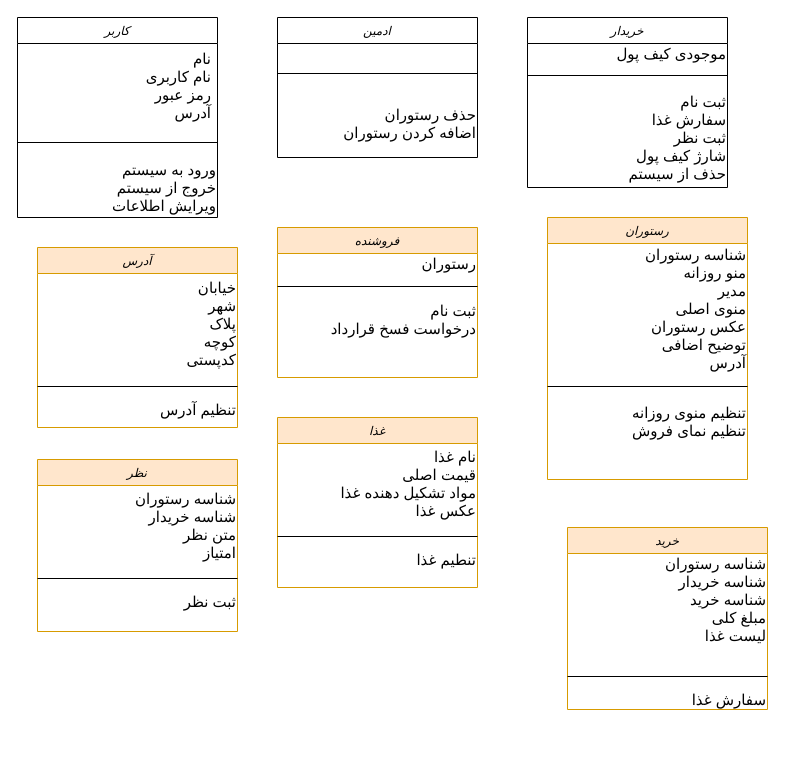
khoramian/TahDig_SoftwareEngineering keeps this draw.io diagram as gggggg.drawio. Above is the earlier version. Source tidied: cells renumbered, new cells numbered last; positions are measured from the earlier drawing's top-left corner, leaving out a move shared by most shapes. Both pictures are drawn from the tidied source at 100%, with x=0, y=0 at pixel (17, 17).
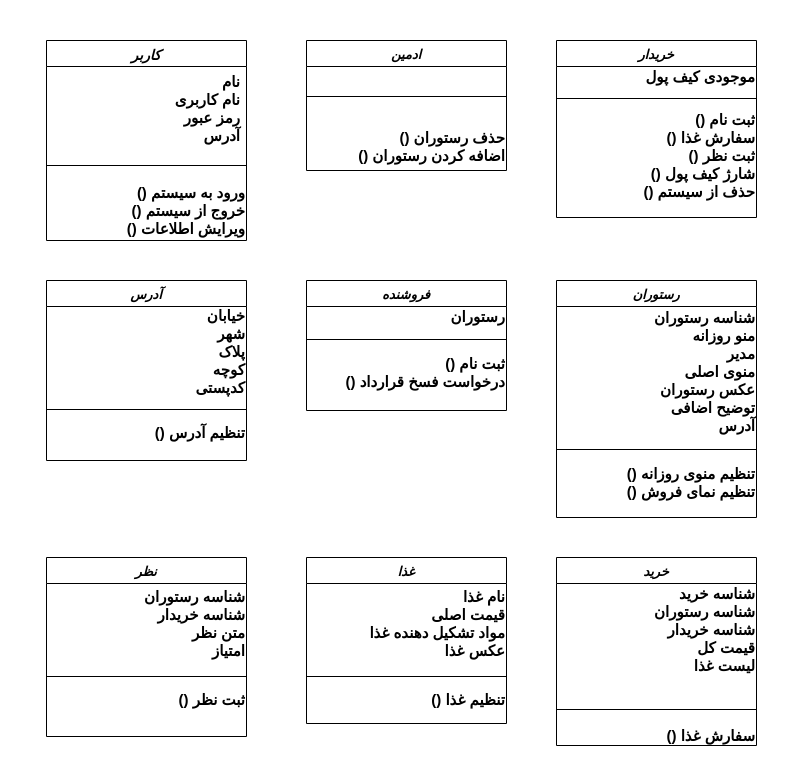
Above is the later version.

The edit, as a diff of the source:
```diff
@@
-    <mxCell id="2" value="کاربر" style="swimlane;fontStyle=2;align=center;verticalAlign=top;horizontal=1;startSize=26;rounded=0;shadow=0;strokeWidth=1;" parent="1" vertex="1">
-      <mxGeometry width="200" height="200" as="geometry" />
+    <mxCell id="2" value="کاربر" style="swimlane;fontStyle=3;align=center;verticalAlign=top;horizontal=1;startSize=26;rounded=0;shadow=0;strokeWidth=1;fontSize=14;" parent="1" vertex="1">
+      <mxGeometry x="29" y="23" width="200" height="200" as="geometry" />
     </mxCell>
-    <mxCell id="3" value="نام &#10;نام کاربری&#10;رمز عبور&#10;آدرس&#10;" style="text;align=right;verticalAlign=top;spacingLeft=4;spacingRight=4;overflow=hidden;fontSize=15;" parent="2" vertex="1">
+    <mxCell id="3" value="نام &#10;نام کاربری&#10;رمز عبور&#10;آدرس&#10;" style="text;align=right;verticalAlign=top;spacingLeft=4;spacingRight=4;overflow=hidden;fontSize=15;fontStyle=1;" parent="2" vertex="1">
       <mxGeometry y="26" width="200" height="84" as="geometry" />
     </mxCell>
@@
-    <mxCell id="5" value="&lt;div&gt;ورود به سیستم &lt;br&gt;&lt;/div&gt;&lt;div&gt;خروج از سیستم&lt;/div&gt;&lt;div&gt;ویرایش اطلاعات&lt;br&gt;&lt;/div&gt;" style="text;html=1;align=right;verticalAlign=middle;fontSize=15;" parent="2" vertex="1">
+    <mxCell id="5" value="&lt;div&gt;&lt;b&gt;() ورود به سیستم &lt;br&gt;&lt;/b&gt;&lt;/div&gt;&lt;div&gt;&lt;b&gt;() خروج از سیستم&lt;/b&gt;&lt;/div&gt;&lt;div&gt;&lt;b&gt;() ویرایش اطلاعات&lt;/b&gt;&lt;br&gt;&lt;/div&gt;" style="text;html=1;align=right;verticalAlign=middle;fontSize=15;" parent="2" vertex="1">
       <mxGeometry y="140" width="200" height="60" as="geometry" />
     </mxCell>
-    <mxCell id="6" value="ادمین" style="swimlane;fontStyle=2;align=center;verticalAlign=top;horizontal=1;startSize=26;rounded=0;shadow=0;strokeWidth=1;" parent="1" vertex="1">
-      <mxGeometry x="260" width="200" height="140" as="geometry" />
+    <mxCell id="6" value="ادمین" style="swimlane;fontStyle=3;align=center;verticalAlign=top;horizontal=1;startSize=26;rounded=0;shadow=0;strokeWidth=1;fontSize=13;" parent="1" vertex="1">
+      <mxGeometry x="289" y="23" width="200" height="130" as="geometry" />
     </mxCell>
@@
-    <mxCell id="8" value="&lt;div&gt;حذف رستوران &lt;br&gt;&lt;/div&gt;&lt;div&gt;اضافه کردن رستوران&lt;br&gt;&lt;/div&gt;" style="text;html=1;align=right;verticalAlign=middle;fontSize=15;" parent="6" vertex="1">
+    <mxCell id="8" value="&lt;div&gt;&lt;b&gt;() حذف رستوران&lt;/b&gt;&lt;br&gt;&lt;/div&gt;&lt;div&gt;&lt;b&gt;() اضافه کردن رستوران&lt;/b&gt;&lt;br&gt;&lt;/div&gt;" style="text;html=1;align=right;verticalAlign=middle;fontSize=15;" parent="6" vertex="1">
       <mxGeometry y="86" width="200" height="40" as="geometry" />
     </mxCell>
-    <mxCell id="9" value="خریدار" style="swimlane;fontStyle=2;align=center;verticalAlign=top;horizontal=1;startSize=26;rounded=0;shadow=0;strokeWidth=1;" parent="1" vertex="1">
-      <mxGeometry x="510" width="200" height="170" as="geometry" />
+    <mxCell id="9" value="خریدار" style="swimlane;fontStyle=3;align=center;verticalAlign=top;horizontal=1;startSize=26;rounded=0;shadow=0;strokeWidth=1;fontSize=13;" parent="1" vertex="1">
+      <mxGeometry x="539" y="23" width="200" height="177" as="geometry" />
     </mxCell>
-    <mxCell id="10" value="&lt;div align=&quot;right&quot;&gt;موجودی کیف پول&lt;/div&gt;" style="text;html=1;align=right;verticalAlign=middle;fontSize=15;" parent="9" vertex="1">
+    <mxCell id="10" value="&lt;div align=&quot;right&quot;&gt;&lt;b&gt;موجودی کیف پول&lt;/b&gt;&lt;/div&gt;" style="text;html=1;align=right;verticalAlign=middle;fontSize=15;" parent="9" vertex="1">
       <mxGeometry y="26" width="200" height="20" as="geometry" />
     </mxCell>
@@
-    <mxCell id="12" value="&lt;div&gt;ثبت نام &lt;br&gt;&lt;/div&gt;&lt;div&gt;سفارش غذا&lt;/div&gt;&lt;div&gt;ثبت نظر&lt;/div&gt;&lt;div&gt;شارژ کیف پول&lt;/div&gt;&lt;div&gt;حذف از سیستم &lt;br&gt;&lt;/div&gt;" style="text;html=1;align=right;verticalAlign=middle;fontSize=15;" parent="9" vertex="1">
-      <mxGeometry y="70" width="200" height="100" as="geometry" />
+    <mxCell id="12" value="&lt;div&gt;&lt;b&gt;&amp;nbsp; () ثبت نام &lt;br&gt;&lt;/b&gt;&lt;/div&gt;&lt;div&gt;&lt;b&gt;() سفارش غذا&lt;/b&gt;&lt;/div&gt;&lt;div&gt;&lt;b&gt;() ثبت نظر&lt;/b&gt;&lt;/div&gt;&lt;div&gt;&lt;b&gt;() شارژ کیف پول&lt;/b&gt;&lt;/div&gt;&lt;div&gt;&lt;b&gt;() حذف از سیستم&lt;/b&gt;&lt;br&gt;&lt;/div&gt;" style="text;html=1;align=right;verticalAlign=middle;fontSize=15;" parent="9" vertex="1">
+      <mxGeometry y="70" width="200" height="90" as="geometry" />
     </mxCell>
-    <mxCell id="13" value="فروشنده" style="swimlane;fontStyle=2;align=center;verticalAlign=top;horizontal=1;startSize=26;rounded=0;shadow=0;strokeWidth=1;fillColor=#ffe6cc;strokeColor=#d79b00;" parent="1" vertex="1">
-      <mxGeometry x="260" y="210" width="200" height="150" as="geometry" />
+    <mxCell id="13" value="فروشنده" style="swimlane;fontStyle=3;align=center;verticalAlign=top;horizontal=1;startSize=26;rounded=0;shadow=0;strokeWidth=1;fontSize=13;" parent="1" vertex="1">
+      <mxGeometry x="289" y="263" width="200" height="130" as="geometry" />
     </mxCell>
-    <mxCell id="14" value="&lt;div&gt;رستوران&lt;/div&gt;" style="text;html=1;align=right;verticalAlign=middle;fontSize=15;" parent="13" vertex="1">
+    <mxCell id="14" value="&lt;div&gt;&lt;b&gt;رستوران&lt;/b&gt;&lt;/div&gt;" style="text;html=1;align=right;verticalAlign=middle;fontSize=15;" parent="13" vertex="1">
       <mxGeometry y="26" width="200" height="20" as="geometry" />
     </mxCell>
@@
-    <mxCell id="16" value="&lt;div&gt;ثبت نام &lt;br&gt;&lt;/div&gt;&lt;div&gt;درخواست فسخ قرارداد&lt;/div&gt;" style="text;html=1;align=right;verticalAlign=middle;fontSize=15;" parent="13" vertex="1">
+    <mxCell id="16" value="&lt;div&gt;&lt;b&gt;() ثبت نام &lt;br&gt;&lt;/b&gt;&lt;/div&gt;&lt;div&gt;&lt;b&gt;() درخواست فسخ قرارداد&lt;/b&gt;&lt;/div&gt;" style="text;html=1;align=right;verticalAlign=middle;fontSize=15;" parent="13" vertex="1">
       <mxGeometry y="72" width="200" height="40" as="geometry" />
     </mxCell>
-    <mxCell id="17" value="رستوران" style="swimlane;fontStyle=2;align=center;verticalAlign=top;horizontal=1;startSize=26;rounded=0;shadow=0;strokeWidth=1;fillColor=#ffe6cc;strokeColor=#d79b00;" parent="1" vertex="1">
-      <mxGeometry x="530" y="200" width="200" height="262" as="geometry" />
+    <mxCell id="17" value="رستوران" style="swimlane;fontStyle=3;align=center;verticalAlign=top;horizontal=1;startSize=26;rounded=0;shadow=0;strokeWidth=1;fontSize=13;" parent="1" vertex="1">
+      <mxGeometry x="539" y="263" width="200" height="237" as="geometry" />
     </mxCell>
-    <mxCell id="18" value="&lt;div&gt;شناسه رستوران&lt;br&gt;&lt;/div&gt;&lt;div&gt;منو روزانه&lt;br&gt;&lt;/div&gt;&lt;div&gt;مدیر&lt;/div&gt;&lt;div&gt;&lt;div&gt;منوی اصلی&lt;/div&gt;&lt;div&gt;عکس رستوران &lt;br&gt;&lt;/div&gt;&lt;div&gt;توضیح اضافی &lt;br&gt;&lt;/div&gt;&lt;div&gt;آدرس&lt;br&gt;&lt;/div&gt;&lt;/div&gt;" style="text;html=1;align=right;verticalAlign=middle;fontSize=15;" parent="17" vertex="1">
+    <mxCell id="18" value="&lt;div&gt;&lt;b&gt;شناسه رستوران&lt;br&gt;&lt;/b&gt;&lt;/div&gt;&lt;div&gt;&lt;b&gt;منو روزانه&lt;br&gt;&lt;/b&gt;&lt;/div&gt;&lt;div&gt;&lt;b&gt;مدیر&lt;/b&gt;&lt;/div&gt;&lt;div&gt;&lt;div&gt;&lt;b&gt;منوی اصلی&lt;/b&gt;&lt;/div&gt;&lt;div&gt;&lt;b&gt;عکس رستوران&lt;br&gt;&lt;/b&gt;&lt;/div&gt;&lt;div&gt;&lt;b&gt;توضیح اضافی &lt;br&gt;&lt;/b&gt;&lt;/div&gt;&lt;div&gt;&lt;b&gt;آدرس&lt;/b&gt;&lt;br&gt;&lt;/div&gt;&lt;/div&gt;" style="text;html=1;align=right;verticalAlign=middle;fontSize=15;" parent="17" vertex="1">
       <mxGeometry y="26" width="200" height="130" as="geometry" />
     </mxCell>
@@
-    <mxCell id="20" value="&lt;div&gt;تنظیم منوی روزانه&lt;br&gt;&lt;/div&gt;&lt;div&gt;&lt;div&gt;تنظیم نمای فروش&lt;br&gt;&lt;/div&gt;&lt;div&gt;&lt;br&gt;&lt;/div&gt;&lt;div&gt;&lt;br&gt;&lt;/div&gt;&lt;/div&gt;" style="text;html=1;align=right;verticalAlign=middle;fontSize=15;" parent="17" vertex="1">
-      <mxGeometry y="182" width="200" height="80" as="geometry" />
+    <mxCell id="20" value="&lt;div&gt;&lt;b&gt;() تنظیم منوی روزانه&lt;br&gt;&lt;/b&gt;&lt;/div&gt;&lt;div&gt;&lt;div&gt;&lt;b&gt;() تنظیم نمای فروش&lt;/b&gt;&lt;/div&gt;&lt;/div&gt;" style="text;html=1;align=right;verticalAlign=middle;fontSize=15;" parent="17" vertex="1">
+      <mxGeometry y="182" width="200" height="40" as="geometry" />
     </mxCell>
-    <mxCell id="21" value="آدرس" style="swimlane;fontStyle=2;align=center;verticalAlign=top;horizontal=1;startSize=26;rounded=0;shadow=0;strokeWidth=1;fillColor=#ffe6cc;strokeColor=#d79b00;" parent="1" vertex="1">
-      <mxGeometry x="20" y="230" width="200" height="180" as="geometry" />
+    <mxCell id="21" value="آدرس" style="swimlane;fontStyle=3;align=center;verticalAlign=top;horizontal=1;startSize=26;rounded=0;shadow=0;strokeWidth=1;fillColor=#FFFFFF;fontSize=13;" parent="1" vertex="1">
+      <mxGeometry x="29" y="263" width="200" height="180" as="geometry" />
     </mxCell>
-    <mxCell id="22" value="&lt;div&gt;خیابان&lt;/div&gt;&lt;div&gt;شهر&lt;/div&gt;&lt;div&gt;پلاک &lt;br&gt;&lt;/div&gt;&lt;div&gt;کوچه &lt;br&gt;&lt;/div&gt;&lt;div&gt;کدپستی&lt;br&gt;&lt;/div&gt;" style="text;html=1;align=right;verticalAlign=middle;fontSize=15;" parent="21" vertex="1">
-      <mxGeometry y="26" width="200" height="100" as="geometry" />
+    <mxCell id="22" value="&lt;div&gt;&lt;b&gt;خیابان&lt;/b&gt;&lt;/div&gt;&lt;div&gt;&lt;b&gt;شهر&lt;/b&gt;&lt;/div&gt;&lt;div&gt;&lt;b&gt;پلاک &lt;br&gt;&lt;/b&gt;&lt;/div&gt;&lt;div&gt;&lt;b&gt;کوچه &lt;br&gt;&lt;/b&gt;&lt;/div&gt;&lt;div&gt;&lt;b&gt;کدپستی&lt;/b&gt;&lt;br&gt;&lt;/div&gt;" style="text;html=1;align=right;verticalAlign=middle;fontSize=15;" parent="21" vertex="1">
+      <mxGeometry y="26" width="200" height="90" as="geometry" />
     </mxCell>
     <mxCell id="23" style="line;html=1;strokeWidth=1;align=left;verticalAlign=middle;spacingTop=-1;spacingLeft=3;spacingRight=3;labelPosition=right;" parent="21" vertex="1">
-      <mxGeometry y="126" width="200" height="26" as="geometry" />
+      <mxGeometry y="116" width="200" height="26" as="geometry" />
     </mxCell>
-    <mxCell id="24" value="تنظیم آدرس" style="text;html=1;align=right;verticalAlign=middle;fontSize=15;" parent="21" vertex="1">
-      <mxGeometry y="152" width="200" height="20" as="geometry" />
+    <mxCell id="24" value="&lt;b&gt;() تنظیم آدرس&lt;/b&gt;" style="text;html=1;align=right;verticalAlign=middle;fontSize=15;" parent="21" vertex="1">
+      <mxGeometry y="142" width="200" height="20" as="geometry" />
     </mxCell>
-    <mxCell id="25" value="غذا" style="swimlane;fontStyle=2;align=center;verticalAlign=top;horizontal=1;startSize=26;rounded=0;shadow=0;strokeWidth=1;fillColor=#ffe6cc;strokeColor=#d79b00;" parent="1" vertex="1">
-      <mxGeometry x="260" y="400" width="200" height="170" as="geometry" />
+    <mxCell id="25" value="غذا" style="swimlane;fontStyle=3;align=center;verticalAlign=top;horizontal=1;startSize=26;rounded=0;shadow=0;strokeWidth=1;fontSize=13;" parent="1" vertex="1">
+      <mxGeometry x="289" y="540" width="200" height="166" as="geometry" />
     </mxCell>
-    <mxCell id="26" value="&lt;div&gt;نام غذا&lt;/div&gt;&lt;div&gt;قیمت اصلی&lt;/div&gt;&lt;div&gt;مواد تشکیل دهنده غذا&lt;/div&gt;&lt;div&gt;عکس غذا&lt;br&gt;&lt;/div&gt;" style="text;html=1;align=right;verticalAlign=middle;fontSize=15;" parent="25" vertex="1">
+    <mxCell id="26" value="&lt;div&gt;&lt;b&gt;نام غذا&lt;/b&gt;&lt;/div&gt;&lt;div&gt;&lt;b&gt;قیمت اصلی&lt;/b&gt;&lt;/div&gt;&lt;div&gt;&lt;b&gt;مواد تشکیل دهنده غذا&lt;/b&gt;&lt;/div&gt;&lt;div&gt;&lt;b&gt;عکس غذا&lt;/b&gt;&lt;br&gt;&lt;/div&gt;" style="text;html=1;align=right;verticalAlign=middle;fontSize=15;" parent="25" vertex="1">
       <mxGeometry y="26" width="200" height="80" as="geometry" />
     </mxCell>
@@
-    <mxCell id="28" value="تنطیم غذا" style="text;html=1;align=right;verticalAlign=middle;fontSize=15;" parent="25" vertex="1">
+    <mxCell id="28" value="&lt;b&gt;() تنظیم غذا&lt;/b&gt;" style="text;html=1;align=right;verticalAlign=middle;fontSize=15;" parent="25" vertex="1">
       <mxGeometry y="132" width="200" height="20" as="geometry" />
     </mxCell>
-    <mxCell id="29" value="نظر" style="swimlane;fontStyle=2;align=center;verticalAlign=top;horizontal=1;startSize=26;rounded=0;shadow=0;strokeWidth=1;fillColor=#ffe6cc;strokeColor=#d79b00;" parent="1" vertex="1">
-      <mxGeometry x="20" y="442" width="200" height="172" as="geometry" />
+    <mxCell id="29" value="نظر" style="swimlane;fontStyle=3;align=center;verticalAlign=top;horizontal=1;startSize=26;rounded=0;shadow=0;strokeWidth=1;fontSize=13;" parent="1" vertex="1">
+      <mxGeometry x="29" y="540" width="200" height="179" as="geometry" />
     </mxCell>
-    <mxCell id="30" value="&lt;div&gt;شناسه رستوران&lt;/div&gt;&lt;div&gt;شناسه خریدار&lt;/div&gt;&lt;div&gt;متن نظر &lt;br&gt;&lt;/div&gt;&lt;div&gt;امتیاز&lt;br&gt;&lt;/div&gt;" style="text;html=1;align=right;verticalAlign=middle;fontSize=15;" parent="29" vertex="1">
+    <mxCell id="30" value="&lt;div&gt;&lt;b&gt;شناسه رستوران&lt;/b&gt;&lt;/div&gt;&lt;div&gt;&lt;b&gt;شناسه خریدار&lt;/b&gt;&lt;/div&gt;&lt;div&gt;&lt;b&gt;متن نظر &lt;br&gt;&lt;/b&gt;&lt;/div&gt;&lt;div&gt;&lt;b&gt;امتیاز&lt;/b&gt;&lt;br&gt;&lt;/div&gt;" style="text;html=1;align=right;verticalAlign=middle;fontSize=15;" parent="29" vertex="1">
       <mxGeometry y="26" width="200" height="80" as="geometry" />
     </mxCell>
@@
-    <mxCell id="32" value="ثبت نظر" style="text;html=1;align=right;verticalAlign=middle;fontSize=15;" parent="29" vertex="1">
+    <mxCell id="32" value="&lt;b&gt;() ثبت نظر&lt;/b&gt;" style="text;html=1;align=right;verticalAlign=middle;fontSize=15;" parent="29" vertex="1">
       <mxGeometry y="132" width="200" height="20" as="geometry" />
     </mxCell>
-    <mxCell id="33" value="خرید" style="swimlane;fontStyle=2;align=center;verticalAlign=top;horizontal=1;startSize=26;rounded=0;shadow=0;strokeWidth=1;fillColor=#ffe6cc;strokeColor=#d79b00;" parent="1" vertex="1">
-      <mxGeometry x="550" y="510" width="200" height="182" as="geometry" />
+    <mxCell id="33" value="خرید" style="swimlane;fontStyle=3;align=center;verticalAlign=top;horizontal=1;startSize=26;rounded=0;shadow=0;strokeWidth=1;fontSize=13;" parent="1" vertex="1">
+      <mxGeometry x="539" y="540" width="200" height="188" as="geometry" />
     </mxCell>
-    <mxCell id="34" value="&lt;div&gt;شناسه رستوران&lt;/div&gt;&lt;div&gt;شناسه خریدار&lt;/div&gt;&lt;div&gt;شناسه خرید &lt;br&gt;&lt;/div&gt;&lt;div&gt;مبلغ کلی&lt;/div&gt;&lt;div&gt;لیست غذا&lt;/div&gt;&lt;div&gt;&lt;br&gt;&lt;/div&gt;" style="text;html=1;align=right;verticalAlign=middle;fontSize=15;" parent="33" vertex="1">
+    <mxCell id="34" value="&lt;div&gt;&lt;b&gt;شناسه خرید&lt;br&gt;&lt;/b&gt;&lt;/div&gt;&lt;div&gt;&lt;b&gt;شناسه رستوران&lt;/b&gt;&lt;/div&gt;&lt;div&gt;&lt;span&gt;&lt;b&gt;شناسه خریدار&lt;/b&gt;&lt;/span&gt;&lt;/div&gt;&lt;div&gt;&lt;b&gt;قیمت کل&lt;/b&gt;&lt;/div&gt;&lt;div&gt;&lt;b&gt;لیست غذا&lt;/b&gt;&lt;/div&gt;&lt;div&gt;&lt;br&gt;&lt;/div&gt;" style="text;html=1;align=right;verticalAlign=middle;fontSize=15;" parent="33" vertex="1">
       <mxGeometry y="26" width="200" height="110" as="geometry" />
     </mxCell>
     <mxCell id="35" style="line;html=1;strokeWidth=1;align=left;verticalAlign=middle;spacingTop=-1;spacingLeft=3;spacingRight=3;labelPosition=right;" parent="33" vertex="1">
-      <mxGeometry y="136" width="200" height="26" as="geometry" />
+      <mxGeometry y="136" width="200" height="32" as="geometry" />
     </mxCell>
-    <mxCell id="36" value="سفارش غذا" style="text;html=1;align=right;verticalAlign=middle;fontSize=15;" parent="33" vertex="1">
-      <mxGeometry y="162" width="200" height="20" as="geometry" />
+    <mxCell id="36" value="&lt;b&gt;() سفارش غذا&lt;/b&gt;" style="text;html=1;align=right;verticalAlign=middle;fontSize=15;" parent="33" vertex="1">
+      <mxGeometry y="168" width="200" height="20" as="geometry" />
     </mxCell>
```
